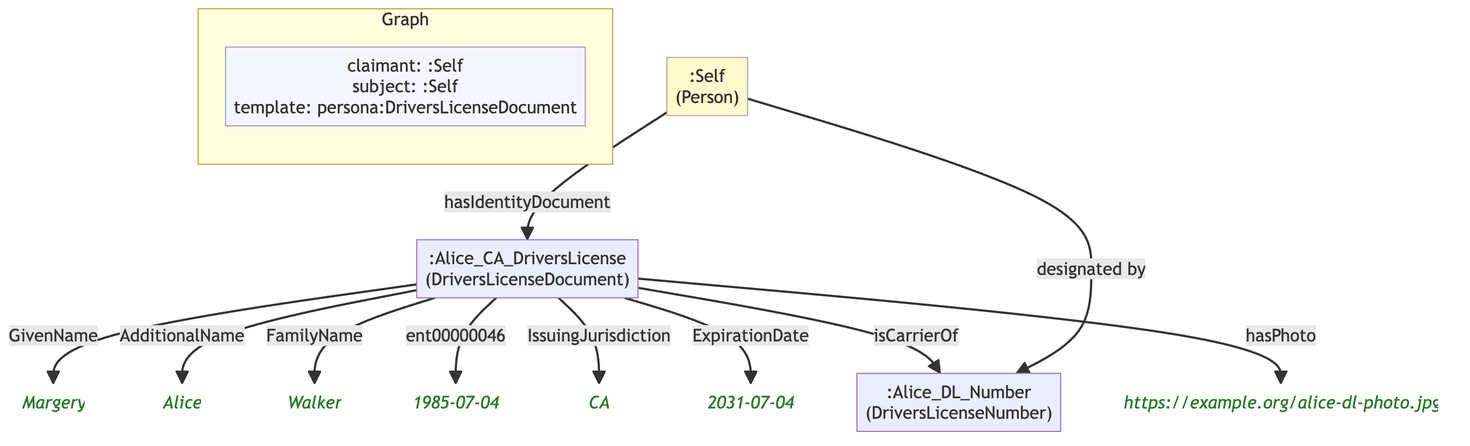
Before: example/graphs/images/graph-79.png, a diagram exported from Mermaid (MeeFoundation/mia-ontologies). Its source is kept beside it as example/graphs/images/graph-79.mmd. Its diagram source:
```mermaid
flowchart TD
    classDef person fill:#fffacd,stroke:#aaa,color:#333
    classDef org    fill:#cce5ff,stroke:#aaa,color:#333
    classDef lit    fill:none,stroke:none,font-style:italic,color:#2a7a2a
    classDef meta   fill:#f5f5ff,stroke:#9999cc,color:#333

    subgraph ctx["Graph"]
        direction LR
        ctx_meta["claimant: :Self\nsubject: :Self\ntemplate: persona:DriversLicenseDocument"]:::meta
    end

    naafab809f865[":Alice_CA_DriversLicense\n(DriversLicenseDocument)"]
    nf87556ff1d71("Margery"):::lit
    nf51706f50f50("Alice"):::lit
    ne54e3bab0347("Walker"):::lit
    n8576d3ae84d2("1985-07-04"):::lit
    n06a5cd693038("CA"):::lit
    na77f26a0d6df("2031-07-04"):::lit
    nf5e99e32e234[":Alice_DL_Number\n(DriversLicenseNumber)"]
    n2d7288ec7ae7("https://example.org/alice-dl-photo.jpg"):::lit
    ne0c3ba92f1db[":Self\n(Person)"]:::person

    naafab809f865 -->|"GivenName"| nf87556ff1d71
    naafab809f865 -->|"AdditionalName"| nf51706f50f50
    naafab809f865 -->|"FamilyName"| ne54e3bab0347
    naafab809f865 -->|"ent00000046"| n8576d3ae84d2
    naafab809f865 -->|"IssuingJurisdiction"| n06a5cd693038
    naafab809f865 -->|"ExpirationDate"| na77f26a0d6df
    naafab809f865 -->|"isCarrierOf"| nf5e99e32e234
    naafab809f865 -->|"hasPhoto"| n2d7288ec7ae7
    ne0c3ba92f1db -->|"hasIdentityDocument"| naafab809f865
    ne0c3ba92f1db -->|"designated by"| nf5e99e32e234
```
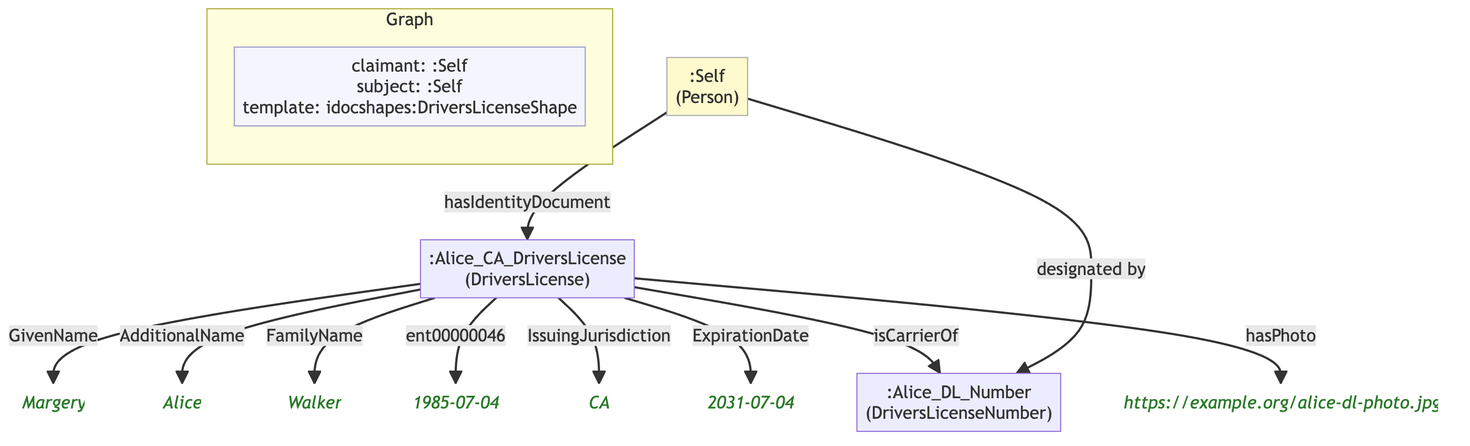
After the commit.

What changed in the source:
```diff
@@ -6,26 +6,26 @@
 
     subgraph ctx["Graph"]
         direction LR
-        ctx_meta["claimant: :Self\nsubject: :Self\ntemplate: persona:DriversLicenseDocument"]:::meta
+        ctx_meta["claimant: :Self\nsubject: :Self\ntemplate: idocshapes:DriversLicenseShape"]:::meta
     end
 
-    naafab809f865[":Alice_CA_DriversLicense\n(DriversLicenseDocument)"]
-    nf87556ff1d71("Margery"):::lit
-    nf51706f50f50("Alice"):::lit
-    ne54e3bab0347("Walker"):::lit
-    n8576d3ae84d2("1985-07-04"):::lit
-    n06a5cd693038("CA"):::lit
-    na77f26a0d6df("2031-07-04"):::lit
+    naafab809f865[":Alice_CA_DriversLicense\n(DriversLicense)"]
+    n8d703bc26da7("Margery"):::lit
+    n410e38d47a88("Alice"):::lit
+    nf7b5dfee6207("Walker"):::lit
+    ndce7bff62abb("1985-07-04"):::lit
+    n464defa17bfe("CA"):::lit
+    n0bc31aa2641a("2031-07-04"):::lit
     nf5e99e32e234[":Alice_DL_Number\n(DriversLicenseNumber)"]
     n2d7288ec7ae7("https://example.org/alice-dl-photo.jpg"):::lit
     ne0c3ba92f1db[":Self\n(Person)"]:::person
 
-    naafab809f865 -->|"GivenName"| nf87556ff1d71
-    naafab809f865 -->|"AdditionalName"| nf51706f50f50
-    naafab809f865 -->|"FamilyName"| ne54e3bab0347
-    naafab809f865 -->|"ent00000046"| n8576d3ae84d2
-    naafab809f865 -->|"IssuingJurisdiction"| n06a5cd693038
-    naafab809f865 -->|"ExpirationDate"| na77f26a0d6df
+    naafab809f865 -->|"GivenName"| n8d703bc26da7
+    naafab809f865 -->|"AdditionalName"| n410e38d47a88
+    naafab809f865 -->|"FamilyName"| nf7b5dfee6207
+    naafab809f865 -->|"ent00000046"| ndce7bff62abb
+    naafab809f865 -->|"IssuingJurisdiction"| n464defa17bfe
+    naafab809f865 -->|"ExpirationDate"| n0bc31aa2641a
     naafab809f865 -->|"isCarrierOf"| nf5e99e32e234
     naafab809f865 -->|"hasPhoto"| n2d7288ec7ae7
     ne0c3ba92f1db -->|"hasIdentityDocument"| naafab809f865
```
